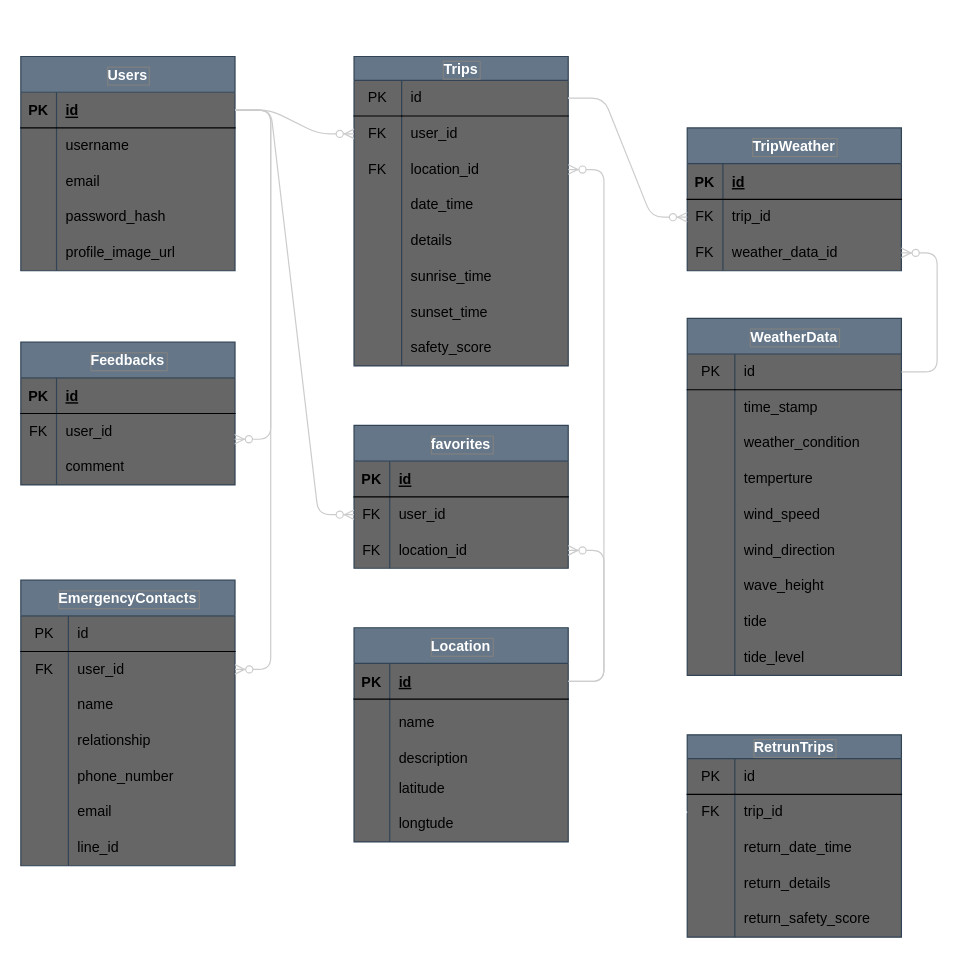
Above: 開発設計書/DB/ER.drawio in ragna1123/safety_kayak_fishing_documents (draw.io), before the change. Source tidied: cells renumbered, new cells numbered last; positions are measured from the earlier drawing's top-left corner, leaving out a move shared by most shapes. Both pictures are drawn from the tidied source at 119%, with x=0, y=0 at pixel (20, 56).
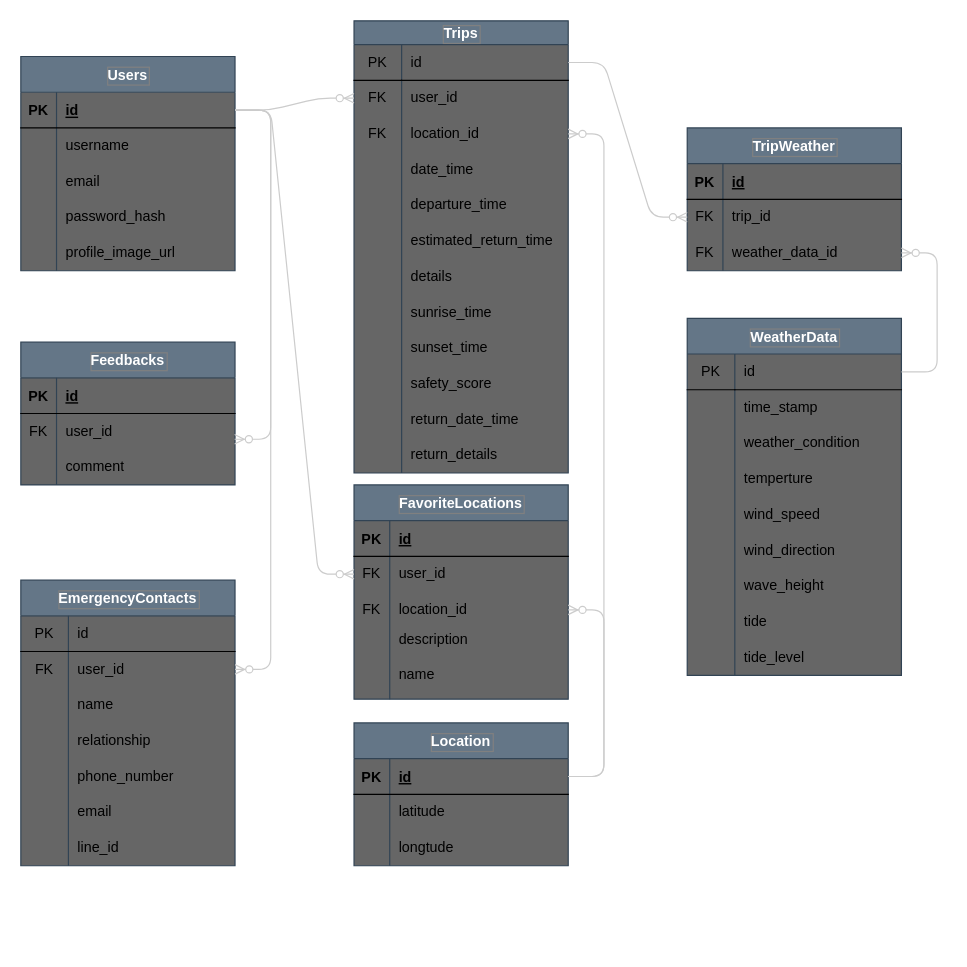
The same page after the edit.

Unchanged cells that the change refers to:
```xml
<mxCell id="3" style="shape=tableRow;horizontal=0;startSize=0;swimlaneHead=0;swimlaneBody=0;top=0;left=0;bottom=0;right=0;fillColor=none;points=[[0,0.5],[1,0.5]];portConstraint=eastwest;" parent="2" vertex="1">
  <mxGeometry y="20" width="180" height="30" as="geometry" />
</mxCell>
<mxCell id="76" style="shape=tableRow;horizontal=0;startSize=0;swimlaneHead=0;swimlaneBody=0;fillColor=none;points=[[0,0.5],[1,0.5]];portConstraint=eastwest;top=0;left=0;right=0;bottom=1;" parent="75" vertex="1">
  <mxGeometry y="30" width="180" height="30" as="geometry" />
</mxCell>
<mxCell id="147" style="shape=tableRow;horizontal=0;startSize=0;swimlaneHead=0;swimlaneBody=0;top=0;left=0;bottom=0;right=0;fillColor=none;points=[[0,0.5],[1,0.5]];portConstraint=eastwest;" parent="140" vertex="1">
  <mxGeometry y="90" width="180" height="30" as="geometry" />
</mxCell>
```

Diff of the diagram source:
```diff
@@
     <mxCell id="2" value="Trips" style="shape=table;startSize=20;childLayout=tableLayout;rowLines=0;fontStyle=1;labelBackgroundColor=none;fillColor=#647687;strokeColor=#314354;fontColor=#FFFFFF;swimlaneFillColor=#666666;labelBorderColor=#808080;" parent="1" vertex="1">
-      <mxGeometry x="280" width="180" height="260" as="geometry" />
+      <mxGeometry x="280" y="-30" width="180" height="380" as="geometry" />
     </mxCell>
@@
+    <mxCell id="136" style="shape=tableRow;horizontal=0;startSize=0;swimlaneHead=0;swimlaneBody=0;top=0;left=0;bottom=0;right=0;fillColor=none;points=[[0,0.5],[1,0.5]];portConstraint=eastwest;" parent="2" vertex="1">
+      <mxGeometry y="140" width="180" height="30" as="geometry" />
+    </mxCell>
+    <mxCell id="165" style="shape=partialRectangle;html=1;whiteSpace=wrap;fillColor=none;top=0;left=0;bottom=0;right=0;overflow=hidden;" parent="136" vertex="1">
+      <mxGeometry width="40" height="30" as="geometry" />
+    </mxCell>
+    <mxCell id="166" value="departure_time" style="shape=partialRectangle;html=1;whiteSpace=wrap;fillColor=none;top=0;left=0;bottom=0;right=0;align=left;spacingLeft=6;overflow=hidden;" parent="136" vertex="1">
+      <mxGeometry x="40" width="140" height="30" as="geometry" />
+    </mxCell>
+    <mxCell id="167" style="shape=tableRow;horizontal=0;startSize=0;swimlaneHead=0;swimlaneBody=0;top=0;left=0;bottom=0;right=0;fillColor=none;" parent="2" vertex="1">
+      <mxGeometry y="170" width="180" height="30" as="geometry" />
+    </mxCell>
+    <mxCell id="168" style="shape=partialRectangle;html=1;whiteSpace=wrap;fillColor=none;top=0;left=0;bottom=0;right=0;overflow=hidden;" parent="167" vertex="1">
+      <mxGeometry width="40" height="30" as="geometry" />
+    </mxCell>
+    <mxCell id="169" value="estimated_return_time" style="shape=partialRectangle;html=1;whiteSpace=wrap;fillColor=none;top=0;left=0;bottom=0;right=0;align=left;spacingLeft=6;overflow=hidden;" parent="167" vertex="1">
+      <mxGeometry x="40" width="140" height="30" as="geometry" />
+    </mxCell>
     <mxCell id="15" style="shape=tableRow;horizontal=0;startSize=0;swimlaneHead=0;swimlaneBody=0;top=0;left=0;bottom=0;right=0;fillColor=none;" parent="2" vertex="1">
-      <mxGeometry y="140" width="180" height="30" as="geometry" />
+      <mxGeometry y="200" width="180" height="30" as="geometry" />
     </mxCell>
@@
     <mxCell id="18" style="shape=tableRow;horizontal=0;startSize=0;swimlaneHead=0;swimlaneBody=0;top=0;left=0;bottom=0;right=0;fillColor=none;" parent="2" vertex="1">
-      <mxGeometry y="170" width="180" height="30" as="geometry" />
+      <mxGeometry y="230" width="180" height="30" as="geometry" />
     </mxCell>
@@
     <mxCell id="21" style="shape=tableRow;horizontal=0;startSize=0;swimlaneHead=0;swimlaneBody=0;top=0;left=0;bottom=0;right=0;fillColor=none;" parent="2" vertex="1">
-      <mxGeometry y="200" width="180" height="30" as="geometry" />
+      <mxGeometry y="260" width="180" height="30" as="geometry" />
     </mxCell>
@@
     <mxCell id="24" style="shape=tableRow;horizontal=0;startSize=0;swimlaneHead=0;swimlaneBody=0;top=0;left=0;bottom=0;right=0;fillColor=none;" parent="2" vertex="1">
-      <mxGeometry y="230" width="180" height="30" as="geometry" />
+      <mxGeometry y="290" width="180" height="30" as="geometry" />
     </mxCell>
@@
+    <mxCell id="130" style="shape=tableRow;horizontal=0;startSize=0;swimlaneHead=0;swimlaneBody=0;top=0;left=0;bottom=0;right=0;fillColor=none;" parent="2" vertex="1">
+      <mxGeometry y="320" width="180" height="30" as="geometry" />
+    </mxCell>
+    <mxCell id="131" style="shape=partialRectangle;html=1;whiteSpace=wrap;fillColor=none;top=0;left=0;bottom=0;right=0;overflow=hidden;" parent="130" vertex="1">
+      <mxGeometry width="40" height="30" as="geometry" />
+    </mxCell>
+    <mxCell id="132" value="return_date_time" style="shape=partialRectangle;html=1;whiteSpace=wrap;fillColor=none;top=0;left=0;bottom=0;right=0;align=left;spacingLeft=6;overflow=hidden;" parent="130" vertex="1">
+      <mxGeometry x="40" width="140" height="30" as="geometry" />
+    </mxCell>
+    <mxCell id="133" style="shape=tableRow;horizontal=0;startSize=0;swimlaneHead=0;swimlaneBody=0;top=0;left=0;bottom=0;right=0;fillColor=none;" parent="2" vertex="1">
+      <mxGeometry y="350" width="180" height="30" as="geometry" />
+    </mxCell>
+    <mxCell id="134" style="shape=partialRectangle;html=1;whiteSpace=wrap;fillColor=none;top=0;left=0;bottom=0;right=0;overflow=hidden;" parent="133" vertex="1">
+      <mxGeometry width="40" height="30" as="geometry" />
+    </mxCell>
+    <mxCell id="135" value="return_details" style="shape=partialRectangle;html=1;whiteSpace=wrap;fillColor=none;top=0;left=0;bottom=0;right=0;align=left;spacingLeft=6;overflow=hidden;" parent="133" vertex="1">
+      <mxGeometry x="40" width="140" height="30" as="geometry" />
+    </mxCell>
@@
     <mxCell id="75" value="Location" style="shape=table;startSize=30;childLayout=tableLayout;rowLines=0;fontStyle=1;align=center;labelBackgroundColor=none;fillColor=#647687;strokeColor=#314354;fontColor=#FFFFFF;swimlaneFillColor=#666666;labelBorderColor=#808080;" parent="1" vertex="1">
-      <mxGeometry x="280" y="480" width="180" height="180" as="geometry" />
+      <mxGeometry x="280" y="560" width="180" height="120" as="geometry" />
     </mxCell>
@@
-    <mxCell id="79" style="shape=tableRow;horizontal=0;startSize=0;swimlaneHead=0;swimlaneBody=0;top=0;left=0;bottom=0;right=0;fillColor=none;" parent="75" vertex="1">
-      <mxGeometry y="60" width="180" height="40" as="geometry" />
-    </mxCell>
-    <mxCell id="80" style="shape=partialRectangle;html=1;whiteSpace=wrap;fillColor=none;top=0;left=0;bottom=0;right=0;overflow=hidden;" parent="79" vertex="1">
-      <mxGeometry width="30" height="40" as="geometry" />
-    </mxCell>
-    <mxCell id="81" value="name" style="shape=partialRectangle;html=1;whiteSpace=wrap;fillColor=none;top=0;left=0;bottom=0;right=0;align=left;spacingLeft=6;overflow=hidden;" parent="79" vertex="1">
-      <mxGeometry x="30" width="150" height="40" as="geometry" />
-    </mxCell>
-    <mxCell id="82" style="shape=tableRow;horizontal=0;startSize=0;swimlaneHead=0;swimlaneBody=0;top=0;left=0;bottom=0;right=0;fillColor=none;" parent="75" vertex="1">
-      <mxGeometry y="100" width="180" height="20" as="geometry" />
-    </mxCell>
-    <mxCell id="83" style="shape=partialRectangle;html=1;whiteSpace=wrap;fillColor=none;top=0;left=0;bottom=0;right=0;overflow=hidden;" parent="82" vertex="1">
-      <mxGeometry width="30" height="20" as="geometry" />
-    </mxCell>
-    <mxCell id="84" value="description" style="shape=partialRectangle;html=1;whiteSpace=wrap;fillColor=none;top=0;left=0;bottom=0;right=0;align=left;spacingLeft=6;overflow=hidden;" parent="82" vertex="1">
-      <mxGeometry x="30" width="150" height="20" as="geometry" />
-    </mxCell>
     <mxCell id="85" style="shape=tableRow;horizontal=0;startSize=0;swimlaneHead=0;swimlaneBody=0;top=0;left=0;bottom=0;right=0;fillColor=none;" parent="75" vertex="1">
-      <mxGeometry y="120" width="180" height="30" as="geometry" />
+      <mxGeometry y="60" width="180" height="30" as="geometry" />
     </mxCell>
@@
     <mxCell id="88" style="shape=tableRow;horizontal=0;startSize=0;swimlaneHead=0;swimlaneBody=0;top=0;left=0;bottom=0;right=0;fillColor=none;" parent="75" vertex="1">
-      <mxGeometry y="150" width="180" height="30" as="geometry" />
+      <mxGeometry y="90" width="180" height="30" as="geometry" />
     </mxCell>
@@
-    <mxCell id="123" value="RetrunTrips" style="shape=table;startSize=20;childLayout=tableLayout;rowLines=0;fontStyle=1;labelBackgroundColor=none;fillColor=#647687;strokeColor=#314354;fontColor=#FFFFFF;swimlaneFillColor=#666666;labelBorderColor=#808080;" parent="1" vertex="1">
-      <mxGeometry x="560" y="570" width="180" height="170" as="geometry" />
-    </mxCell>
-    <mxCell id="124" style="shape=tableRow;horizontal=0;startSize=0;swimlaneHead=0;swimlaneBody=0;top=0;left=0;bottom=0;right=0;fillColor=none;" parent="123" vertex="1">
-      <mxGeometry y="20" width="180" height="30" as="geometry" />
-    </mxCell>
-    <mxCell id="125" value="PK" style="shape=partialRectangle;html=1;whiteSpace=wrap;fillColor=none;top=0;left=0;bottom=1;right=0;overflow=hidden;" parent="124" vertex="1">
-      <mxGeometry width="40" height="30" as="geometry" />
-    </mxCell>
-    <mxCell id="126" value="id" style="shape=partialRectangle;html=1;whiteSpace=wrap;fillColor=none;top=0;left=0;bottom=1;right=0;align=left;spacingLeft=6;overflow=hidden;" parent="124" vertex="1">
-      <mxGeometry x="40" width="140" height="30" as="geometry" />
-    </mxCell>
-    <mxCell id="127" style="shape=tableRow;horizontal=0;startSize=0;swimlaneHead=0;swimlaneBody=0;top=0;left=0;bottom=0;right=0;fillColor=none;points=[[0,0.5],[1,0.5]];portConstraint=eastwest;" parent="123" vertex="1">
-      <mxGeometry y="50" width="180" height="30" as="geometry" />
-    </mxCell>
-    <mxCell id="128" value="FK" style="shape=partialRectangle;html=1;whiteSpace=wrap;fillColor=none;top=0;left=0;bottom=0;right=0;overflow=hidden;" parent="127" vertex="1">
-      <mxGeometry width="40" height="30" as="geometry" />
-    </mxCell>
-    <mxCell id="129" value="trip_id" style="shape=partialRectangle;html=1;whiteSpace=wrap;fillColor=none;top=0;left=0;bottom=0;right=0;align=left;spacingLeft=6;overflow=hidden;" parent="127" vertex="1">
-      <mxGeometry x="40" width="140" height="30" as="geometry" />
-    </mxCell>
-    <mxCell id="130" style="shape=tableRow;horizontal=0;startSize=0;swimlaneHead=0;swimlaneBody=0;top=0;left=0;bottom=0;right=0;fillColor=none;" parent="123" vertex="1">
-      <mxGeometry y="80" width="180" height="30" as="geometry" />
-    </mxCell>
-    <mxCell id="131" style="shape=partialRectangle;html=1;whiteSpace=wrap;fillColor=none;top=0;left=0;bottom=0;right=0;overflow=hidden;" parent="130" vertex="1">
-      <mxGeometry width="40" height="30" as="geometry" />
-    </mxCell>
-    <mxCell id="132" value="return_date_time" style="shape=partialRectangle;html=1;whiteSpace=wrap;fillColor=none;top=0;left=0;bottom=0;right=0;align=left;spacingLeft=6;overflow=hidden;" parent="130" vertex="1">
-      <mxGeometry x="40" width="140" height="30" as="geometry" />
-    </mxCell>
-    <mxCell id="133" style="shape=tableRow;horizontal=0;startSize=0;swimlaneHead=0;swimlaneBody=0;top=0;left=0;bottom=0;right=0;fillColor=none;" parent="123" vertex="1">
-      <mxGeometry y="110" width="180" height="30" as="geometry" />
-    </mxCell>
-    <mxCell id="134" style="shape=partialRectangle;html=1;whiteSpace=wrap;fillColor=none;top=0;left=0;bottom=0;right=0;overflow=hidden;" parent="133" vertex="1">
-      <mxGeometry width="40" height="30" as="geometry" />
-    </mxCell>
-    <mxCell id="135" value="return_details" style="shape=partialRectangle;html=1;whiteSpace=wrap;fillColor=none;top=0;left=0;bottom=0;right=0;align=left;spacingLeft=6;overflow=hidden;" parent="133" vertex="1">
-      <mxGeometry x="40" width="140" height="30" as="geometry" />
-    </mxCell>
-    <mxCell id="136" style="shape=tableRow;horizontal=0;startSize=0;swimlaneHead=0;swimlaneBody=0;top=0;left=0;bottom=0;right=0;fillColor=none;points=[[0,0.5],[1,0.5]];portConstraint=eastwest;" parent="123" vertex="1">
-      <mxGeometry y="140" width="180" height="30" as="geometry" />
-    </mxCell>
-    <mxCell id="137" style="shape=partialRectangle;html=1;whiteSpace=wrap;fillColor=none;top=0;left=0;bottom=0;right=0;overflow=hidden;" parent="136" vertex="1">
-      <mxGeometry width="40" height="30" as="geometry" />
-    </mxCell>
-    <mxCell id="138" value="return_safety_score" style="shape=partialRectangle;html=1;whiteSpace=wrap;fillColor=none;top=0;left=0;bottom=0;right=0;align=left;spacingLeft=6;overflow=hidden;" parent="136" vertex="1">
-      <mxGeometry x="40" width="140" height="30" as="geometry" />
-    </mxCell>
-    <mxCell id="139" style="edgeStyle=none;html=1;exitX=0.5;exitY=1;exitDx=0;exitDy=0;" parent="123" edge="1" source="123" target="136">
-      <mxGeometry relative="1" as="geometry" />
-    </mxCell>
-    <mxCell id="140" value="favorites" style="shape=table;startSize=30;childLayout=tableLayout;rowLines=0;fontStyle=1;align=center;labelBackgroundColor=none;fillColor=#647687;strokeColor=#314354;fontColor=#FFFFFF;swimlaneFillColor=#666666;labelBorderColor=#808080;" parent="1" vertex="1">
-      <mxGeometry x="280" y="310" width="180" height="120" as="geometry" />
+    <mxCell id="140" value="FavoriteLocations" style="shape=table;startSize=30;childLayout=tableLayout;rowLines=0;fontStyle=1;align=center;labelBackgroundColor=none;fillColor=#647687;strokeColor=#314354;fontColor=#FFFFFF;swimlaneFillColor=#666666;labelBorderColor=#808080;" parent="1" vertex="1">
+      <mxGeometry x="280" y="360" width="180" height="180" as="geometry" />
     </mxCell>
@@
+    <mxCell id="82" style="shape=tableRow;horizontal=0;startSize=0;swimlaneHead=0;swimlaneBody=0;top=0;left=0;bottom=0;right=0;fillColor=none;" parent="140" vertex="1">
+      <mxGeometry y="120" width="180" height="20" as="geometry" />
+    </mxCell>
+    <mxCell id="83" style="shape=partialRectangle;html=1;whiteSpace=wrap;fillColor=none;top=0;left=0;bottom=0;right=0;overflow=hidden;" parent="82" vertex="1">
+      <mxGeometry width="30" height="20" as="geometry" />
+    </mxCell>
+    <mxCell id="84" value="description" style="shape=partialRectangle;html=1;whiteSpace=wrap;fillColor=none;top=0;left=0;bottom=0;right=0;align=left;spacingLeft=6;overflow=hidden;" parent="82" vertex="1">
+      <mxGeometry x="30" width="150" height="20" as="geometry" />
+    </mxCell>
+    <mxCell id="79" style="shape=tableRow;horizontal=0;startSize=0;swimlaneHead=0;swimlaneBody=0;top=0;left=0;bottom=0;right=0;fillColor=none;" parent="140" vertex="1">
+      <mxGeometry y="140" width="180" height="40" as="geometry" />
+    </mxCell>
+    <mxCell id="80" style="shape=partialRectangle;html=1;whiteSpace=wrap;fillColor=none;top=0;left=0;bottom=0;right=0;overflow=hidden;" parent="79" vertex="1">
+      <mxGeometry width="30" height="40" as="geometry" />
+    </mxCell>
+    <mxCell id="81" value="name" style="shape=partialRectangle;html=1;whiteSpace=wrap;fillColor=none;top=0;left=0;bottom=0;right=0;align=left;spacingLeft=6;overflow=hidden;" parent="79" vertex="1">
+      <mxGeometry x="30" width="150" height="40" as="geometry" />
+    </mxCell>
@@
-    <mxCell id="151" style="edgeStyle=entityRelationEdgeStyle;fontSize=12;html=1;endArrow=ERzeroToMany;endFill=1;strokeColor=#CCCCCC;exitX=1;exitY=0.25;exitDx=0;exitDy=0;" parent="1" edge="1" source="75" target="147">
+    <mxCell id="151" style="edgeStyle=entityRelationEdgeStyle;fontSize=12;html=1;endArrow=ERzeroToMany;endFill=1;strokeColor=#CCCCCC;exitX=1;exitY=0.5;exitDx=0;exitDy=0;" parent="1" edge="1" source="76" target="147">
       <mxGeometry relative="1" as="geometry" />
     </mxCell>
-    <mxCell id="152" style="edgeStyle=entityRelationEdgeStyle;fontSize=12;html=1;endArrow=ERone;endFill=1;exitX=1;exitY=0.5;exitDx=0;exitDy=0;entryX=0;entryY=0.5;entryDx=0;entryDy=0;strokeColor=#FFFFFF;" parent="1" edge="1" source="3" target="127">
-      <mxGeometry relative="1" as="geometry" />
-    </mxCell>
```
